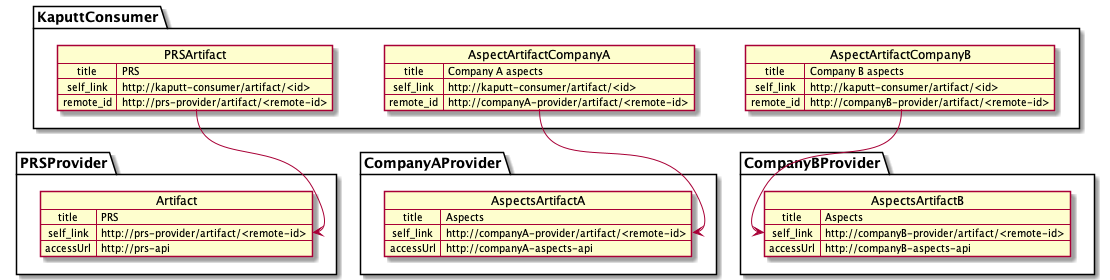
This is documentation/architecture/diagrams/speedboat-artifacts.png from catenax/tractusx, a PlantUML export, as it was before one commit. The source it was exported from:
```plantuml
@startuml

namespace KaputtConsumer {
map PRSArtifact {
 title => PRS
 self_link => http://kaputt-consumer/artifact/<id>
 remote_id => http://prs-provider/artifact/<remote-id>
}

map AspectArtifactCompanyA {
 title => Company A aspects
 self_link => http://kaputt-consumer/artifact/<id>
 remote_id => http://companyA-provider/artifact/<remote-id>
}

map AspectArtifactCompanyB {
 title => Company B aspects
 self_link => http://kaputt-consumer/artifact/<id>
 remote_id => http://companyB-provider/artifact/<remote-id>
}
}

namespace PRSProvider {
map Artifact {
 title => PRS
 self_link => http://prs-provider/artifact/<remote-id>
 accessUrl => http://prs-api
}
}

namespace CompanyAProvider {
map AspectsArtifactA {
 title => Aspects
 self_link => http://companyA-provider/artifact/<remote-id>
 accessUrl => http://companyA-aspects-api
}
}

namespace CompanyBProvider {
map AspectsArtifactB {
 title => Aspects
 self_link => http://companyB-provider/artifact/<remote-id>
 accessUrl => http://companyB-aspects-api
}
}

PRSArtifact::remote_id --> Artifact::self_link
AspectArtifactCompanyA::remote_id --> AspectsArtifactA::self_link
AspectArtifactCompanyB::remote_id --> AspectsArtifactB::self_link

@enduml
```
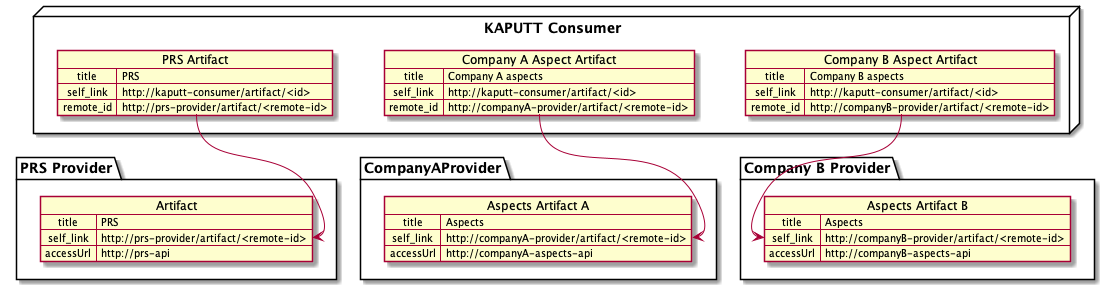
After the change.

Commit message:
Added spaces in names in the speedboat-artifacts diagram.

The edit, as a diff of the source:
```diff
@@ -1,26 +1,26 @@
 @startuml
 
-namespace KaputtConsumer {
-map PRSArtifact {
+node "KAPUTT Consumer" {
+map "PRS Artifact" as PRSArtifact {
  title => PRS
  self_link => http://kaputt-consumer/artifact/<id>
  remote_id => http://prs-provider/artifact/<remote-id>
 }
 
-map AspectArtifactCompanyA {
+map "Company A Aspect Artifact" as AspectArtifactCompanyA{
  title => Company A aspects
  self_link => http://kaputt-consumer/artifact/<id>
  remote_id => http://companyA-provider/artifact/<remote-id>
 }
 
-map AspectArtifactCompanyB {
+map "Company B Aspect Artifact" as AspectArtifactCompanyB {
  title => Company B aspects
  self_link => http://kaputt-consumer/artifact/<id>
  remote_id => http://companyB-provider/artifact/<remote-id>
 }
 }
 
-namespace PRSProvider {
+namespace "PRS Provider" as PRSProvider {
 map Artifact {
  title => PRS
  self_link => http://prs-provider/artifact/<remote-id>
@@ -28,16 +28,16 @@
 }
 }
 
-namespace CompanyAProvider {
-map AspectsArtifactA {
+namespace "CompanyAProvider" as CompanyAProvider{
+map "Aspects Artifact A" as AspectsArtifactA {
  title => Aspects
  self_link => http://companyA-provider/artifact/<remote-id>
  accessUrl => http://companyA-aspects-api
 }
 }
 
-namespace CompanyBProvider {
-map AspectsArtifactB {
+namespace "Company B Provider" as CompanyBProvider {
+map "Aspects Artifact B" as  AspectsArtifactB {
  title => Aspects
  self_link => http://companyB-provider/artifact/<remote-id>
  accessUrl => http://companyB-aspects-api
```
